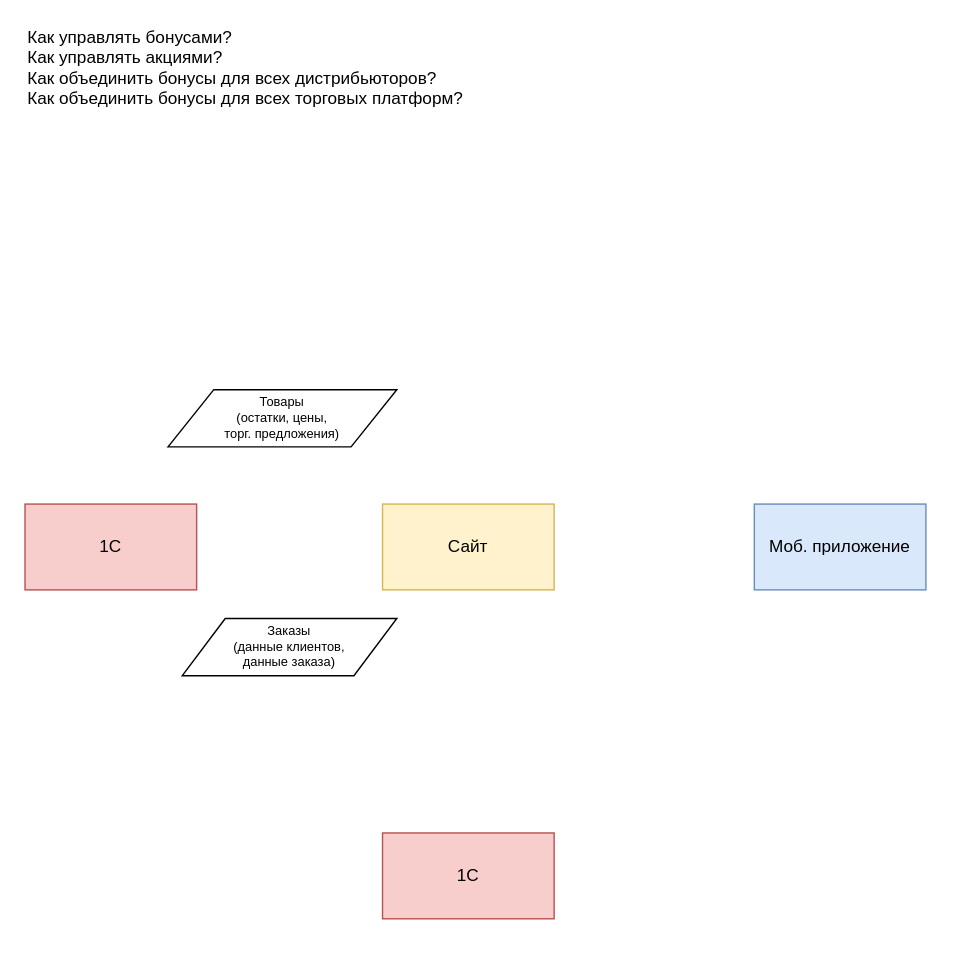
Earlier version of the draw.io diagram Untitled Diagram.drawio (prgrant/draw.io). Source tidied: cells renumbered, new cells numbered last; positions are measured from the earlier drawing's top-left corner, leaving out a move shared by most shapes. Both pictures are drawn from the tidied source at 143%, with x=0, y=0 at pixel (24, 24).
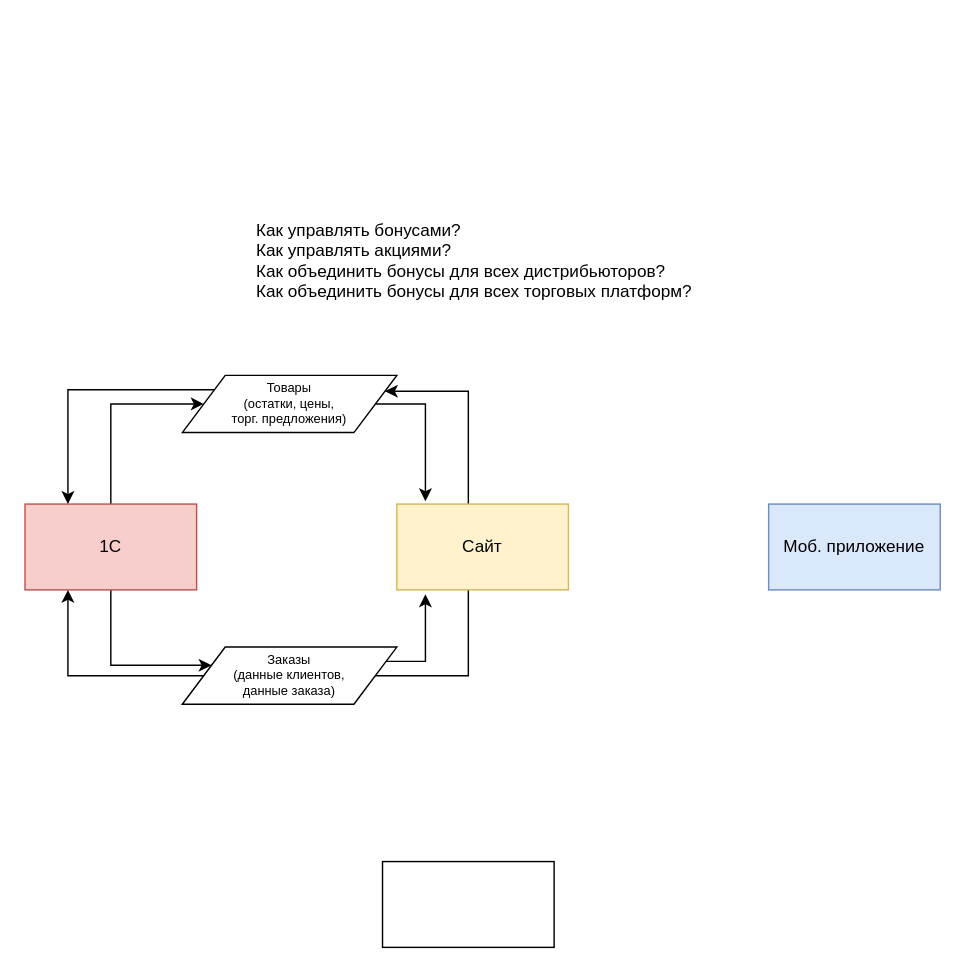
Above is the later version.

The change refers to these unchanged cells:
```xml
<mxCell id="2" value="1C" style="rounded=0;whiteSpace=wrap;html=1;fillColor=#f8cecc;strokeColor=#b85450;" parent="1" vertex="1">
  <mxGeometry y="335" width="120" height="60" as="geometry" />
</mxCell>
```

Diff of the diagram source:
```diff
@@
+    <mxCell id="9" style="edgeStyle=orthogonalEdgeStyle;rounded=0;jettySize=auto;html=1;fontSize=9;entryX=0;entryY=0.5;entryDx=0;entryDy=0;" parent="1" edge="1" source="2" target="7">
+      <mxGeometry relative="1" as="geometry">
+        <Array as="points">
+          <mxPoint x="60" y="265" />
+        </Array>
+      </mxGeometry>
+    </mxCell>
+    <mxCell id="10" style="edgeStyle=orthogonalEdgeStyle;rounded=0;jettySize=auto;html=1;fontSize=9;entryX=0;entryY=0.25;entryDx=0;entryDy=0;" parent="1" edge="1" source="2" target="8">
+      <mxGeometry relative="1" as="geometry">
+        <Array as="points">
+          <mxPoint x="60" y="448" />
+        </Array>
+      </mxGeometry>
+    </mxCell>
@@
+    <mxCell id="11" style="edgeStyle=orthogonalEdgeStyle;rounded=0;jettySize=auto;html=1;fontSize=9;entryX=1;entryY=0.25;entryDx=0;entryDy=0;" parent="1" edge="1" source="3" target="7">
+      <mxGeometry relative="1" as="geometry">
+        <Array as="points">
+          <mxPoint x="310" y="256" />
+        </Array>
+      </mxGeometry>
+    </mxCell>
+    <mxCell id="12" style="edgeStyle=orthogonalEdgeStyle;rounded=0;jettySize=auto;html=1;fontSize=9;entryX=1;entryY=0.75;entryDx=0;entryDy=0;" parent="1" edge="1" source="3" target="8">
+      <mxGeometry relative="1" as="geometry">
+        <Array as="points">
+          <mxPoint x="310" y="455" />
+          <mxPoint x="240" y="455" />
+        </Array>
+      </mxGeometry>
+    </mxCell>
     <mxCell id="3" value="Сайт" style="rounded=0;whiteSpace=wrap;html=1;fillColor=#fff2cc;strokeColor=#d6b656;" parent="1" vertex="1">
-      <mxGeometry x="250" y="335" width="120" height="60" as="geometry" />
+      <mxGeometry x="260" y="335" width="120" height="60" as="geometry" />
     </mxCell>
     <mxCell id="4" value="Моб. приложение" style="rounded=0;whiteSpace=wrap;html=1;fillColor=#dae8fc;strokeColor=#6c8ebf;" parent="1" vertex="1">
-      <mxGeometry x="510" y="335" width="120" height="60" as="geometry" />
+      <mxGeometry x="520" y="335" width="120" height="60" as="geometry" />
     </mxCell>
-    <mxCell id="5" value="1C" style="rounded=0;whiteSpace=wrap;html=1;fillColor=#f8cecc;strokeColor=#b85450;" parent="1" vertex="1">
-      <mxGeometry x="250" y="565" width="120" height="60" as="geometry" />
-    </mxCell>
     <mxCell id="6" value="&lt;div&gt;&lt;span&gt;Как управлять бонусами?&lt;/span&gt;&lt;/div&gt;Как управлять акциями?&lt;br&gt;Как объединить бонусы для всех дистрибьюторов?&lt;br&gt;Как объединить бонусы для всех торговых платформ?" style="text;html=1;align=left;verticalAlign=middle;" parent="1" vertex="1">
-      <mxGeometry width="320" height="60" as="geometry" />
+      <mxGeometry x="160" y="135" width="320" height="60" as="geometry" />
     </mxCell>
+    <mxCell id="13" style="edgeStyle=orthogonalEdgeStyle;rounded=0;jettySize=auto;html=1;fontSize=9;" parent="1" edge="1" source="7">
+      <mxGeometry relative="1" as="geometry">
+        <mxPoint x="280" y="333" as="targetPoint" />
+        <Array as="points">
+          <mxPoint x="280" y="265" />
+        </Array>
+      </mxGeometry>
+    </mxCell>
+    <mxCell id="14" style="edgeStyle=orthogonalEdgeStyle;rounded=0;jettySize=auto;html=1;fontSize=9;entryX=0.25;entryY=0;entryDx=0;entryDy=0;" parent="1" edge="1" source="7" target="2">
+      <mxGeometry relative="1" as="geometry">
+        <Array as="points">
+          <mxPoint x="30" y="255" />
+        </Array>
+      </mxGeometry>
+    </mxCell>
     <mxCell id="7" value="&lt;span&gt;Товары &lt;br&gt;(остатки, цены, &lt;br&gt;торг. предложения)&lt;/span&gt;" style="shape=parallelogram;perimeter=parallelogramPerimeter;whiteSpace=wrap;html=1;fontSize=9;" parent="1" vertex="1">
-      <mxGeometry x="100" y="255" width="160" height="40" as="geometry" />
+      <mxGeometry x="110" y="245" width="150" height="40" as="geometry" />
     </mxCell>
+    <mxCell id="15" style="edgeStyle=orthogonalEdgeStyle;rounded=0;jettySize=auto;html=1;fontSize=9;entryX=0.25;entryY=1;entryDx=0;entryDy=0;" parent="1" edge="1" source="8" target="2">
+      <mxGeometry relative="1" as="geometry">
+        <Array as="points">
+          <mxPoint x="30" y="455" />
+        </Array>
+      </mxGeometry>
+    </mxCell>
+    <mxCell id="16" style="edgeStyle=orthogonalEdgeStyle;rounded=0;jettySize=auto;html=1;fontSize=9;" parent="1" edge="1" source="8">
+      <mxGeometry relative="1" as="geometry">
+        <mxPoint x="280" y="398" as="targetPoint" />
+        <Array as="points">
+          <mxPoint x="185" y="445" />
+          <mxPoint x="291" y="445" />
+        </Array>
+      </mxGeometry>
+    </mxCell>
     <mxCell id="8" value="&lt;span&gt;Заказы &lt;br&gt;(данные клиентов, &lt;br&gt;данные заказа)&lt;/span&gt;" style="shape=parallelogram;perimeter=parallelogramPerimeter;whiteSpace=wrap;html=1;fontSize=9;" parent="1" vertex="1">
-      <mxGeometry x="110" y="415" width="150" height="40" as="geometry" />
+      <mxGeometry x="110" y="435" width="150" height="40" as="geometry" />
     </mxCell>
+    <mxCell id="17" style="rounded=0;whiteSpace=wrap;html=1;fontSize=9;" parent="1" vertex="1">
+      <mxGeometry x="250" y="585" width="120" height="60" as="geometry" />
+    </mxCell>
```
